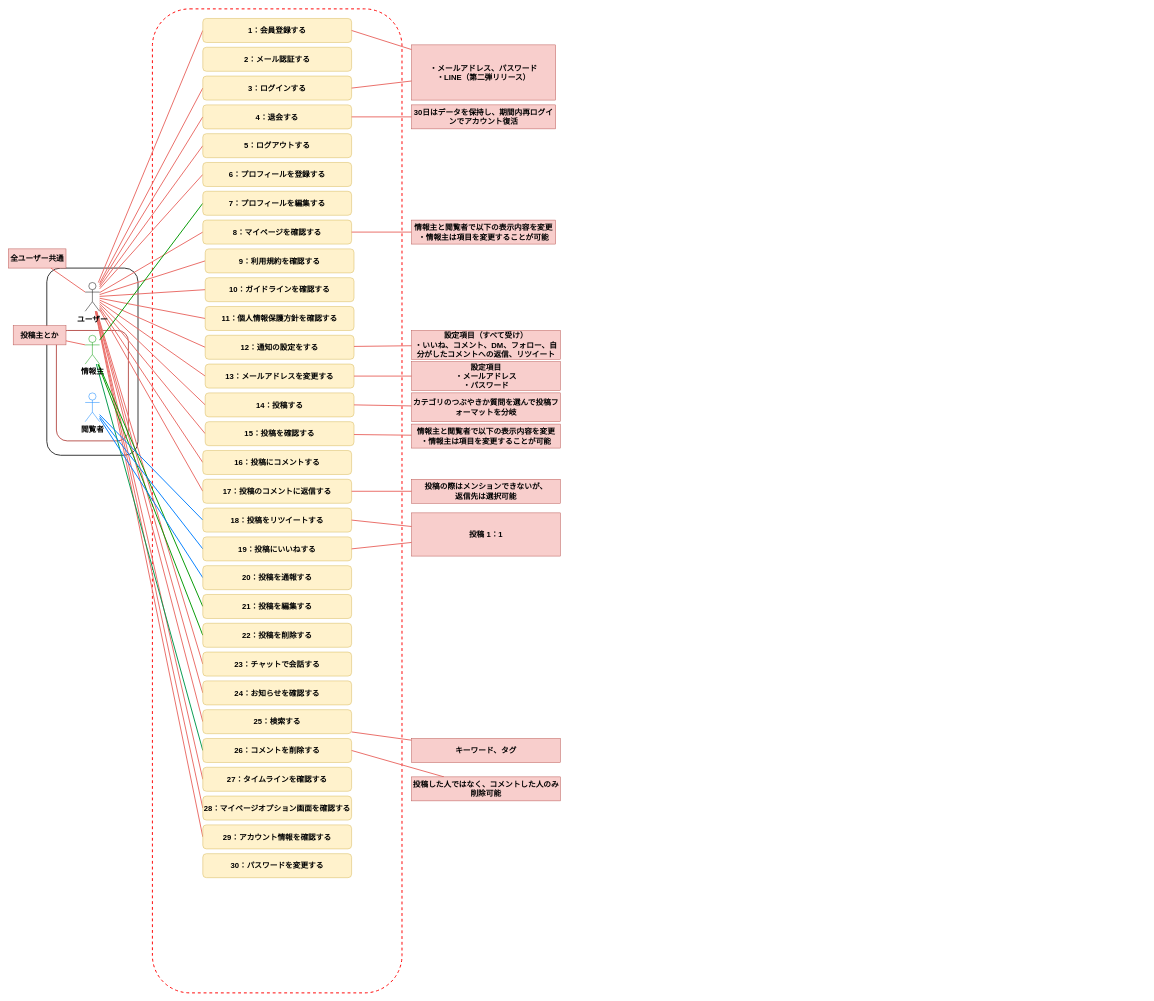
This is page "ユースケース図" (1 of 2) of modeling.drawio from haseryo0403/VenTal, a draw.io file, before an edit. Source tidied: cells renumbered, new cells numbered last; positions are measured from the earlier drawing's top-left corner, leaving out a move shared by most shapes. Both pictures are drawn from the tidied source at 48%, with x=0, y=0 at pixel (8, 9).
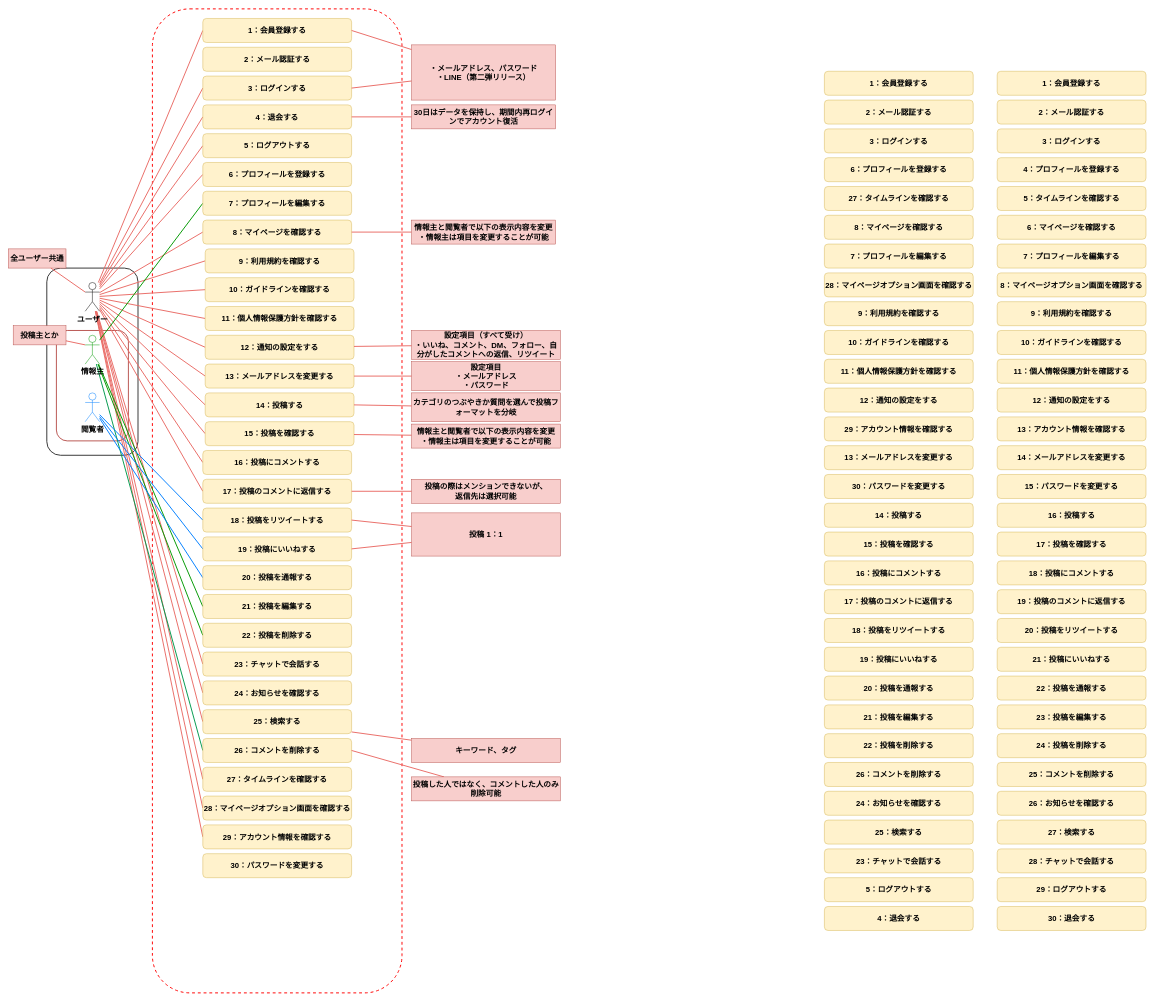
Above is the later version.

What changed in the source:
```diff
@@
+    <mxCell id="95" value="3：ログインする" style="rounded=1;whiteSpace=wrap;html=1;strokeColor=#d6b656;align=center;verticalAlign=middle;fontFamily=Helvetica;fontSize=16;fontStyle=1;fillColor=#fff2cc;" parent="1" vertex="1">
+      <mxGeometry x="1700" y="250" width="310" height="50" as="geometry" />
+    </mxCell>
+    <mxCell id="96" value="1：会員登録する" style="rounded=1;whiteSpace=wrap;html=1;strokeColor=#d6b656;align=center;verticalAlign=middle;fontFamily=Helvetica;fontSize=16;fontStyle=1;fillColor=#fff2cc;" parent="1" vertex="1">
+      <mxGeometry x="1700" y="130" width="310" height="50" as="geometry" />
+    </mxCell>
+    <mxCell id="97" value="4：退会する" style="rounded=1;whiteSpace=wrap;html=1;strokeColor=#d6b656;align=center;verticalAlign=middle;fontFamily=Helvetica;fontSize=16;fontStyle=1;fillColor=#fff2cc;" parent="1" vertex="1">
+      <mxGeometry x="1700" y="1870" width="310" height="50" as="geometry" />
+    </mxCell>
+    <mxCell id="98" value="5：ログアウトする" style="rounded=1;whiteSpace=wrap;html=1;strokeColor=#d6b656;align=center;verticalAlign=middle;fontFamily=Helvetica;fontSize=16;fontStyle=1;fillColor=#fff2cc;" parent="1" vertex="1">
+      <mxGeometry x="1700" y="1810" width="310" height="50" as="geometry" />
+    </mxCell>
+    <mxCell id="99" value="6：プロフィールを登録する" style="rounded=1;whiteSpace=wrap;html=1;strokeColor=#d6b656;align=center;verticalAlign=middle;fontFamily=Helvetica;fontSize=16;fontStyle=1;fillColor=#fff2cc;" parent="1" vertex="1">
+      <mxGeometry x="1700" y="310" width="310" height="50" as="geometry" />
+    </mxCell>
+    <mxCell id="100" value="7：プロフィールを編集する" style="rounded=1;whiteSpace=wrap;html=1;strokeColor=#d6b656;align=center;verticalAlign=middle;fontFamily=Helvetica;fontSize=16;fontStyle=1;fillColor=#fff2cc;" parent="1" vertex="1">
+      <mxGeometry x="1700" y="490" width="310" height="50" as="geometry" />
+    </mxCell>
+    <mxCell id="101" value="8：マイページを確認&lt;span style=&quot;background-color: initial;&quot;&gt;する&lt;/span&gt;" style="rounded=1;whiteSpace=wrap;html=1;strokeColor=#d6b656;align=center;verticalAlign=middle;fontFamily=Helvetica;fontSize=16;fontStyle=1;fillColor=#fff2cc;" parent="1" vertex="1">
+      <mxGeometry x="1700" y="430" width="310" height="50" as="geometry" />
+    </mxCell>
+    <mxCell id="102" value="9：利用規約を確認&lt;span style=&quot;background-color: initial;&quot;&gt;する&lt;/span&gt;" style="rounded=1;whiteSpace=wrap;html=1;strokeColor=#d6b656;align=center;verticalAlign=middle;fontFamily=Helvetica;fontSize=16;fontStyle=1;fillColor=#fff2cc;" parent="1" vertex="1">
+      <mxGeometry x="1700" y="610" width="310" height="50" as="geometry" />
+    </mxCell>
+    <mxCell id="103" value="16：投稿にコメントする" style="rounded=1;whiteSpace=wrap;html=1;strokeColor=#d6b656;align=center;verticalAlign=middle;fontFamily=Helvetica;fontSize=16;fontStyle=1;fillColor=#fff2cc;" parent="1" vertex="1">
+      <mxGeometry x="1700" y="1150" width="310" height="50" as="geometry" />
+    </mxCell>
+    <mxCell id="104" value="15：&lt;span style=&quot;background-color: initial;&quot;&gt;投稿を確認&lt;/span&gt;&lt;span style=&quot;background-color: initial;&quot;&gt;する&lt;/span&gt;" style="rounded=1;whiteSpace=wrap;html=1;strokeColor=#d6b656;align=center;verticalAlign=middle;fontFamily=Helvetica;fontSize=16;fontStyle=1;fillColor=#fff2cc;" parent="1" vertex="1">
+      <mxGeometry x="1700" y="1090" width="310" height="50" as="geometry" />
+    </mxCell>
+    <mxCell id="105" value="14：投稿する" style="rounded=1;whiteSpace=wrap;html=1;strokeColor=#d6b656;align=center;verticalAlign=middle;fontFamily=Helvetica;fontSize=16;fontStyle=1;fillColor=#fff2cc;" parent="1" vertex="1">
+      <mxGeometry x="1700" y="1030" width="310" height="50" as="geometry" />
+    </mxCell>
+    <mxCell id="106" value="13：メールアドレスを変更する" style="rounded=1;whiteSpace=wrap;html=1;strokeColor=#d6b656;align=center;verticalAlign=middle;fontFamily=Helvetica;fontSize=16;fontStyle=1;fillColor=#fff2cc;" parent="1" vertex="1">
+      <mxGeometry x="1700" y="910" width="310" height="50" as="geometry" />
+    </mxCell>
+    <mxCell id="107" value="12：通知の設定をする" style="rounded=1;whiteSpace=wrap;html=1;strokeColor=#d6b656;align=center;verticalAlign=middle;fontFamily=Helvetica;fontSize=16;fontStyle=1;fillColor=#fff2cc;" parent="1" vertex="1">
+      <mxGeometry x="1700" y="790" width="310" height="50" as="geometry" />
+    </mxCell>
+    <mxCell id="108" value="11：個人情報保護方針を確認する" style="rounded=1;whiteSpace=wrap;html=1;strokeColor=#d6b656;align=center;verticalAlign=middle;fontFamily=Helvetica;fontSize=16;fontStyle=1;fillColor=#fff2cc;" parent="1" vertex="1">
+      <mxGeometry x="1700" y="730" width="310" height="50" as="geometry" />
+    </mxCell>
+    <mxCell id="109" value="10：ガイドラインを確認する" style="rounded=1;whiteSpace=wrap;html=1;strokeColor=#d6b656;align=center;verticalAlign=middle;fontFamily=Helvetica;fontSize=16;fontStyle=1;fillColor=#fff2cc;" parent="1" vertex="1">
+      <mxGeometry x="1700" y="670" width="310" height="50" as="geometry" />
+    </mxCell>
+    <mxCell id="110" value="24：お知らせを確認する" style="rounded=1;whiteSpace=wrap;html=1;strokeColor=#d6b656;align=center;verticalAlign=middle;fontFamily=Helvetica;fontSize=16;fontStyle=1;fillColor=#fff2cc;" parent="1" vertex="1">
+      <mxGeometry x="1700" y="1630" width="310" height="50" as="geometry" />
+    </mxCell>
+    <mxCell id="111" value="23：チャットで会話する" style="rounded=1;whiteSpace=wrap;html=1;strokeColor=#d6b656;align=center;verticalAlign=middle;fontFamily=Helvetica;fontSize=16;fontStyle=1;fillColor=#fff2cc;" parent="1" vertex="1">
+      <mxGeometry x="1700" y="1750" width="310" height="50" as="geometry" />
+    </mxCell>
+    <mxCell id="112" value="22：投稿を削除する" style="rounded=1;whiteSpace=wrap;html=1;strokeColor=#d6b656;align=center;verticalAlign=middle;fontFamily=Helvetica;fontSize=16;fontStyle=1;fillColor=#fff2cc;" parent="1" vertex="1">
+      <mxGeometry x="1700" y="1510" width="310" height="50" as="geometry" />
+    </mxCell>
+    <mxCell id="113" value="21：投稿を編集する" style="rounded=1;whiteSpace=wrap;html=1;strokeColor=#d6b656;align=center;verticalAlign=middle;fontFamily=Helvetica;fontSize=16;fontStyle=1;fillColor=#fff2cc;" parent="1" vertex="1">
+      <mxGeometry x="1700" y="1450" width="310" height="50" as="geometry" />
+    </mxCell>
+    <mxCell id="114" value="19：投稿にいいねする" style="rounded=1;whiteSpace=wrap;html=1;strokeColor=#d6b656;align=center;verticalAlign=middle;fontFamily=Helvetica;fontSize=16;fontStyle=1;fillColor=#fff2cc;" parent="1" vertex="1">
+      <mxGeometry x="1700" y="1330" width="310" height="50" as="geometry" />
+    </mxCell>
+    <mxCell id="115" value="18：投稿をリツイートする" style="rounded=1;whiteSpace=wrap;html=1;strokeColor=#d6b656;align=center;verticalAlign=middle;fontFamily=Helvetica;fontSize=16;fontStyle=1;fillColor=#fff2cc;" parent="1" vertex="1">
+      <mxGeometry x="1700" y="1270" width="310" height="50" as="geometry" />
+    </mxCell>
+    <mxCell id="116" value="25：検索する" style="rounded=1;whiteSpace=wrap;html=1;strokeColor=#d6b656;align=center;verticalAlign=middle;fontFamily=Helvetica;fontSize=16;fontStyle=1;fillColor=#fff2cc;" parent="1" vertex="1">
+      <mxGeometry x="1700" y="1690" width="310" height="50" as="geometry" />
+    </mxCell>
+    <mxCell id="117" value="17：投稿のコメントに返信する" style="rounded=1;whiteSpace=wrap;html=1;strokeColor=#d6b656;align=center;verticalAlign=middle;fontFamily=Helvetica;fontSize=16;fontStyle=1;fillColor=#fff2cc;" parent="1" vertex="1">
+      <mxGeometry x="1700" y="1210" width="310" height="50" as="geometry" />
+    </mxCell>
+    <mxCell id="118" value="20：投稿を通報する" style="rounded=1;whiteSpace=wrap;html=1;strokeColor=#d6b656;align=center;verticalAlign=middle;fontFamily=Helvetica;fontSize=16;fontStyle=1;fillColor=#fff2cc;" parent="1" vertex="1">
+      <mxGeometry x="1700" y="1390" width="310" height="50" as="geometry" />
+    </mxCell>
+    <mxCell id="119" value="2：メール認証する" style="rounded=1;whiteSpace=wrap;html=1;strokeColor=#d6b656;align=center;verticalAlign=middle;fontFamily=Helvetica;fontSize=16;fontStyle=1;fillColor=#fff2cc;" parent="1" vertex="1">
+      <mxGeometry x="1700" y="190" width="310" height="50" as="geometry" />
+    </mxCell>
+    <mxCell id="120" value="26：コメントを削除する" style="rounded=1;whiteSpace=wrap;html=1;strokeColor=#d6b656;align=center;verticalAlign=middle;fontFamily=Helvetica;fontSize=16;fontStyle=1;fillColor=#fff2cc;" parent="1" vertex="1">
+      <mxGeometry x="1700" y="1570" width="310" height="50" as="geometry" />
+    </mxCell>
+    <mxCell id="121" value="27&lt;span style=&quot;background-color: initial;&quot;&gt;：タイムラインを確認する&lt;/span&gt;" style="rounded=1;whiteSpace=wrap;html=1;strokeColor=#d6b656;align=center;verticalAlign=middle;fontFamily=Helvetica;fontSize=16;fontStyle=1;fillColor=#fff2cc;" parent="1" vertex="1">
+      <mxGeometry x="1700" y="370" width="310" height="50" as="geometry" />
+    </mxCell>
+    <mxCell id="122" value="28&lt;span style=&quot;background-color: initial;&quot;&gt;：マイページオプション画面を確認する&lt;/span&gt;" style="rounded=1;whiteSpace=wrap;html=1;strokeColor=#d6b656;align=center;verticalAlign=middle;fontFamily=Helvetica;fontSize=16;fontStyle=1;fillColor=#fff2cc;" parent="1" vertex="1">
+      <mxGeometry x="1700" y="550" width="310" height="50" as="geometry" />
+    </mxCell>
+    <mxCell id="123" value="29&lt;span style=&quot;background-color: initial;&quot;&gt;：アカウント情報を確認する&lt;/span&gt;" style="rounded=1;whiteSpace=wrap;html=1;strokeColor=#d6b656;align=center;verticalAlign=middle;fontFamily=Helvetica;fontSize=16;fontStyle=1;fillColor=#fff2cc;" parent="1" vertex="1">
+      <mxGeometry x="1700" y="850" width="310" height="50" as="geometry" />
+    </mxCell>
+    <mxCell id="124" value="&lt;span style=&quot;background-color: initial;&quot;&gt;30：パスワードを変更する&lt;/span&gt;" style="rounded=1;whiteSpace=wrap;html=1;strokeColor=#d6b656;align=center;verticalAlign=middle;fontFamily=Helvetica;fontSize=16;fontStyle=1;fillColor=#fff2cc;" parent="1" vertex="1">
+      <mxGeometry x="1700" y="970" width="310" height="50" as="geometry" />
+    </mxCell>
+    <mxCell id="125" value="3：ログインする" style="rounded=1;whiteSpace=wrap;html=1;strokeColor=#d6b656;align=center;verticalAlign=middle;fontFamily=Helvetica;fontSize=16;fontStyle=1;fillColor=#fff2cc;" parent="1" vertex="1">
+      <mxGeometry x="2060" y="250" width="310" height="50" as="geometry" />
+    </mxCell>
+    <mxCell id="126" value="1：会員登録する" style="rounded=1;whiteSpace=wrap;html=1;strokeColor=#d6b656;align=center;verticalAlign=middle;fontFamily=Helvetica;fontSize=16;fontStyle=1;fillColor=#fff2cc;" parent="1" vertex="1">
+      <mxGeometry x="2060" y="130" width="310" height="50" as="geometry" />
+    </mxCell>
+    <mxCell id="127" value="4：プロフィールを登録する" style="rounded=1;whiteSpace=wrap;html=1;strokeColor=#d6b656;align=center;verticalAlign=middle;fontFamily=Helvetica;fontSize=16;fontStyle=1;fillColor=#fff2cc;" parent="1" vertex="1">
+      <mxGeometry x="2060" y="310" width="310" height="50" as="geometry" />
+    </mxCell>
+    <mxCell id="128" value="7：プロフィールを編集する" style="rounded=1;whiteSpace=wrap;html=1;strokeColor=#d6b656;align=center;verticalAlign=middle;fontFamily=Helvetica;fontSize=16;fontStyle=1;fillColor=#fff2cc;" parent="1" vertex="1">
+      <mxGeometry x="2060" y="490" width="310" height="50" as="geometry" />
+    </mxCell>
+    <mxCell id="129" value="6：マイページを確認&lt;span style=&quot;background-color: initial;&quot;&gt;する&lt;/span&gt;" style="rounded=1;whiteSpace=wrap;html=1;strokeColor=#d6b656;align=center;verticalAlign=middle;fontFamily=Helvetica;fontSize=16;fontStyle=1;fillColor=#fff2cc;" parent="1" vertex="1">
+      <mxGeometry x="2060" y="430" width="310" height="50" as="geometry" />
+    </mxCell>
+    <mxCell id="130" value="9：利用規約を確認&lt;span style=&quot;background-color: initial;&quot;&gt;する&lt;/span&gt;" style="rounded=1;whiteSpace=wrap;html=1;strokeColor=#d6b656;align=center;verticalAlign=middle;fontFamily=Helvetica;fontSize=16;fontStyle=1;fillColor=#fff2cc;" parent="1" vertex="1">
+      <mxGeometry x="2060" y="610" width="310" height="50" as="geometry" />
+    </mxCell>
+    <mxCell id="131" value="18：投稿にコメントする" style="rounded=1;whiteSpace=wrap;html=1;strokeColor=#d6b656;align=center;verticalAlign=middle;fontFamily=Helvetica;fontSize=16;fontStyle=1;fillColor=#fff2cc;" parent="1" vertex="1">
+      <mxGeometry x="2060" y="1150" width="310" height="50" as="geometry" />
+    </mxCell>
+    <mxCell id="132" value="17：&lt;span style=&quot;background-color: initial;&quot;&gt;投稿を確認&lt;/span&gt;&lt;span style=&quot;background-color: initial;&quot;&gt;する&lt;/span&gt;" style="rounded=1;whiteSpace=wrap;html=1;strokeColor=#d6b656;align=center;verticalAlign=middle;fontFamily=Helvetica;fontSize=16;fontStyle=1;fillColor=#fff2cc;" parent="1" vertex="1">
+      <mxGeometry x="2060" y="1090" width="310" height="50" as="geometry" />
+    </mxCell>
+    <mxCell id="133" value="16：投稿する" style="rounded=1;whiteSpace=wrap;html=1;strokeColor=#d6b656;align=center;verticalAlign=middle;fontFamily=Helvetica;fontSize=16;fontStyle=1;fillColor=#fff2cc;" parent="1" vertex="1">
+      <mxGeometry x="2060" y="1030" width="310" height="50" as="geometry" />
+    </mxCell>
+    <mxCell id="134" value="14：メールアドレスを変更する" style="rounded=1;whiteSpace=wrap;html=1;strokeColor=#d6b656;align=center;verticalAlign=middle;fontFamily=Helvetica;fontSize=16;fontStyle=1;fillColor=#fff2cc;" parent="1" vertex="1">
+      <mxGeometry x="2060" y="910" width="310" height="50" as="geometry" />
+    </mxCell>
+    <mxCell id="135" value="12：通知の設定をする" style="rounded=1;whiteSpace=wrap;html=1;strokeColor=#d6b656;align=center;verticalAlign=middle;fontFamily=Helvetica;fontSize=16;fontStyle=1;fillColor=#fff2cc;" parent="1" vertex="1">
+      <mxGeometry x="2060" y="790" width="310" height="50" as="geometry" />
+    </mxCell>
+    <mxCell id="136" value="11：個人情報保護方針を確認する" style="rounded=1;whiteSpace=wrap;html=1;strokeColor=#d6b656;align=center;verticalAlign=middle;fontFamily=Helvetica;fontSize=16;fontStyle=1;fillColor=#fff2cc;" parent="1" vertex="1">
+      <mxGeometry x="2060" y="730" width="310" height="50" as="geometry" />
+    </mxCell>
+    <mxCell id="137" value="10：ガイドラインを確認する" style="rounded=1;whiteSpace=wrap;html=1;strokeColor=#d6b656;align=center;verticalAlign=middle;fontFamily=Helvetica;fontSize=16;fontStyle=1;fillColor=#fff2cc;" parent="1" vertex="1">
+      <mxGeometry x="2060" y="670" width="310" height="50" as="geometry" />
+    </mxCell>
+    <mxCell id="138" value="26：お知らせを確認する" style="rounded=1;whiteSpace=wrap;html=1;strokeColor=#d6b656;align=center;verticalAlign=middle;fontFamily=Helvetica;fontSize=16;fontStyle=1;fillColor=#fff2cc;" parent="1" vertex="1">
+      <mxGeometry x="2060" y="1630" width="310" height="50" as="geometry" />
+    </mxCell>
+    <mxCell id="139" value="28：チャットで会話する" style="rounded=1;whiteSpace=wrap;html=1;strokeColor=#d6b656;align=center;verticalAlign=middle;fontFamily=Helvetica;fontSize=16;fontStyle=1;fillColor=#fff2cc;" parent="1" vertex="1">
+      <mxGeometry x="2060" y="1750" width="310" height="50" as="geometry" />
+    </mxCell>
+    <mxCell id="140" value="24：投稿を削除する" style="rounded=1;whiteSpace=wrap;html=1;strokeColor=#d6b656;align=center;verticalAlign=middle;fontFamily=Helvetica;fontSize=16;fontStyle=1;fillColor=#fff2cc;" parent="1" vertex="1">
+      <mxGeometry x="2060" y="1510" width="310" height="50" as="geometry" />
+    </mxCell>
+    <mxCell id="141" value="23：投稿を編集する" style="rounded=1;whiteSpace=wrap;html=1;strokeColor=#d6b656;align=center;verticalAlign=middle;fontFamily=Helvetica;fontSize=16;fontStyle=1;fillColor=#fff2cc;" parent="1" vertex="1">
+      <mxGeometry x="2060" y="1450" width="310" height="50" as="geometry" />
+    </mxCell>
+    <mxCell id="142" value="21：投稿にいいねする" style="rounded=1;whiteSpace=wrap;html=1;strokeColor=#d6b656;align=center;verticalAlign=middle;fontFamily=Helvetica;fontSize=16;fontStyle=1;fillColor=#fff2cc;" parent="1" vertex="1">
+      <mxGeometry x="2060" y="1330" width="310" height="50" as="geometry" />
+    </mxCell>
+    <mxCell id="143" value="20：投稿をリツイートする" style="rounded=1;whiteSpace=wrap;html=1;strokeColor=#d6b656;align=center;verticalAlign=middle;fontFamily=Helvetica;fontSize=16;fontStyle=1;fillColor=#fff2cc;" parent="1" vertex="1">
+      <mxGeometry x="2060" y="1270" width="310" height="50" as="geometry" />
+    </mxCell>
+    <mxCell id="144" value="27：検索する" style="rounded=1;whiteSpace=wrap;html=1;strokeColor=#d6b656;align=center;verticalAlign=middle;fontFamily=Helvetica;fontSize=16;fontStyle=1;fillColor=#fff2cc;" parent="1" vertex="1">
+      <mxGeometry x="2060" y="1690" width="310" height="50" as="geometry" />
+    </mxCell>
+    <mxCell id="145" value="19：投稿のコメントに返信する" style="rounded=1;whiteSpace=wrap;html=1;strokeColor=#d6b656;align=center;verticalAlign=middle;fontFamily=Helvetica;fontSize=16;fontStyle=1;fillColor=#fff2cc;" parent="1" vertex="1">
+      <mxGeometry x="2060" y="1210" width="310" height="50" as="geometry" />
+    </mxCell>
+    <mxCell id="146" value="22：投稿を通報する" style="rounded=1;whiteSpace=wrap;html=1;strokeColor=#d6b656;align=center;verticalAlign=middle;fontFamily=Helvetica;fontSize=16;fontStyle=1;fillColor=#fff2cc;" parent="1" vertex="1">
+      <mxGeometry x="2060" y="1390" width="310" height="50" as="geometry" />
+    </mxCell>
+    <mxCell id="147" value="2：メール認証する" style="rounded=1;whiteSpace=wrap;html=1;strokeColor=#d6b656;align=center;verticalAlign=middle;fontFamily=Helvetica;fontSize=16;fontStyle=1;fillColor=#fff2cc;" parent="1" vertex="1">
+      <mxGeometry x="2060" y="190" width="310" height="50" as="geometry" />
+    </mxCell>
+    <mxCell id="148" value="25：コメントを削除する" style="rounded=1;whiteSpace=wrap;html=1;strokeColor=#d6b656;align=center;verticalAlign=middle;fontFamily=Helvetica;fontSize=16;fontStyle=1;fillColor=#fff2cc;" parent="1" vertex="1">
+      <mxGeometry x="2060" y="1570" width="310" height="50" as="geometry" />
+    </mxCell>
+    <mxCell id="149" value="&lt;span style=&quot;background-color: initial;&quot;&gt;5：タイムラインを確認する&lt;/span&gt;" style="rounded=1;whiteSpace=wrap;html=1;strokeColor=#d6b656;align=center;verticalAlign=middle;fontFamily=Helvetica;fontSize=16;fontStyle=1;fillColor=#fff2cc;" parent="1" vertex="1">
+      <mxGeometry x="2060" y="370" width="310" height="50" as="geometry" />
+    </mxCell>
+    <mxCell id="150" value="8&lt;span style=&quot;background-color: initial;&quot;&gt;：マイページオプション画面を確認する&lt;/span&gt;" style="rounded=1;whiteSpace=wrap;html=1;strokeColor=#d6b656;align=center;verticalAlign=middle;fontFamily=Helvetica;fontSize=16;fontStyle=1;fillColor=#fff2cc;" parent="1" vertex="1">
+      <mxGeometry x="2060" y="550" width="310" height="50" as="geometry" />
+    </mxCell>
+    <mxCell id="151" value="&lt;span style=&quot;background-color: initial;&quot;&gt;13：アカウント情報を確認する&lt;/span&gt;" style="rounded=1;whiteSpace=wrap;html=1;strokeColor=#d6b656;align=center;verticalAlign=middle;fontFamily=Helvetica;fontSize=16;fontStyle=1;fillColor=#fff2cc;" parent="1" vertex="1">
+      <mxGeometry x="2060" y="850" width="310" height="50" as="geometry" />
+    </mxCell>
+    <mxCell id="152" value="&lt;span style=&quot;background-color: initial;&quot;&gt;15：パスワードを変更する&lt;/span&gt;" style="rounded=1;whiteSpace=wrap;html=1;strokeColor=#d6b656;align=center;verticalAlign=middle;fontFamily=Helvetica;fontSize=16;fontStyle=1;fillColor=#fff2cc;" parent="1" vertex="1">
+      <mxGeometry x="2060" y="970" width="310" height="50" as="geometry" />
+    </mxCell>
+    <mxCell id="153" value="30：退会する" style="rounded=1;whiteSpace=wrap;html=1;strokeColor=#d6b656;align=center;verticalAlign=middle;fontFamily=Helvetica;fontSize=16;fontStyle=1;fillColor=#fff2cc;" parent="1" vertex="1">
+      <mxGeometry x="2060" y="1870" width="310" height="50" as="geometry" />
+    </mxCell>
+    <mxCell id="154" value="29：ログアウトする" style="rounded=1;whiteSpace=wrap;html=1;strokeColor=#d6b656;align=center;verticalAlign=middle;fontFamily=Helvetica;fontSize=16;fontStyle=1;fillColor=#fff2cc;" parent="1" vertex="1">
+      <mxGeometry x="2060" y="1810" width="310" height="50" as="geometry" />
+    </mxCell>
```
